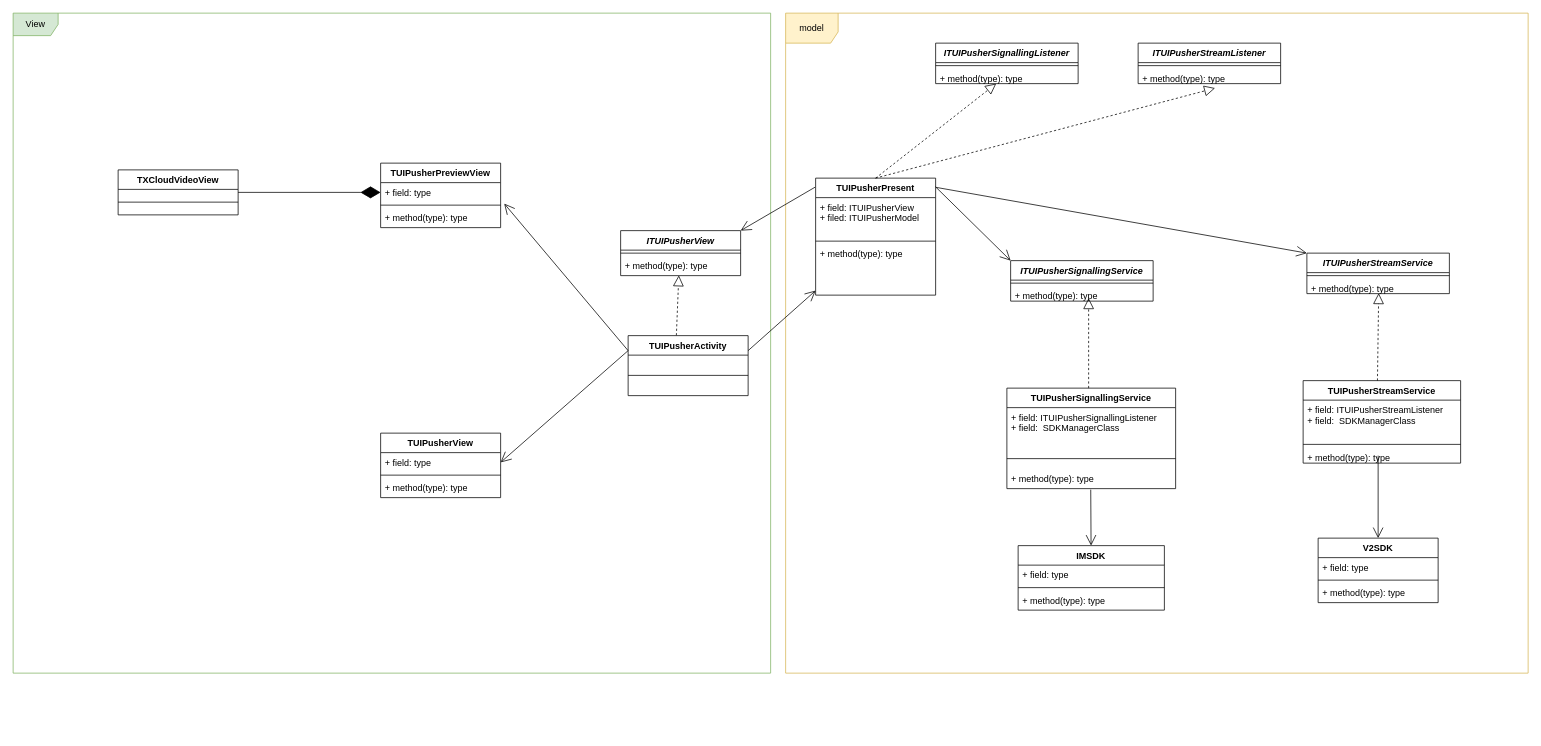
paopaosecret/resources keeps this draw.io diagram as diagrams/TUIPusher.drawio. Above is the earlier version. Source tidied: cells renumbered, new cells numbered last; positions are measured from the earlier drawing's top-left corner, leaving out a move shared by most shapes. Both pictures are drawn from the tidied source at 75%, with x=0, y=0 at pixel (13, 13).
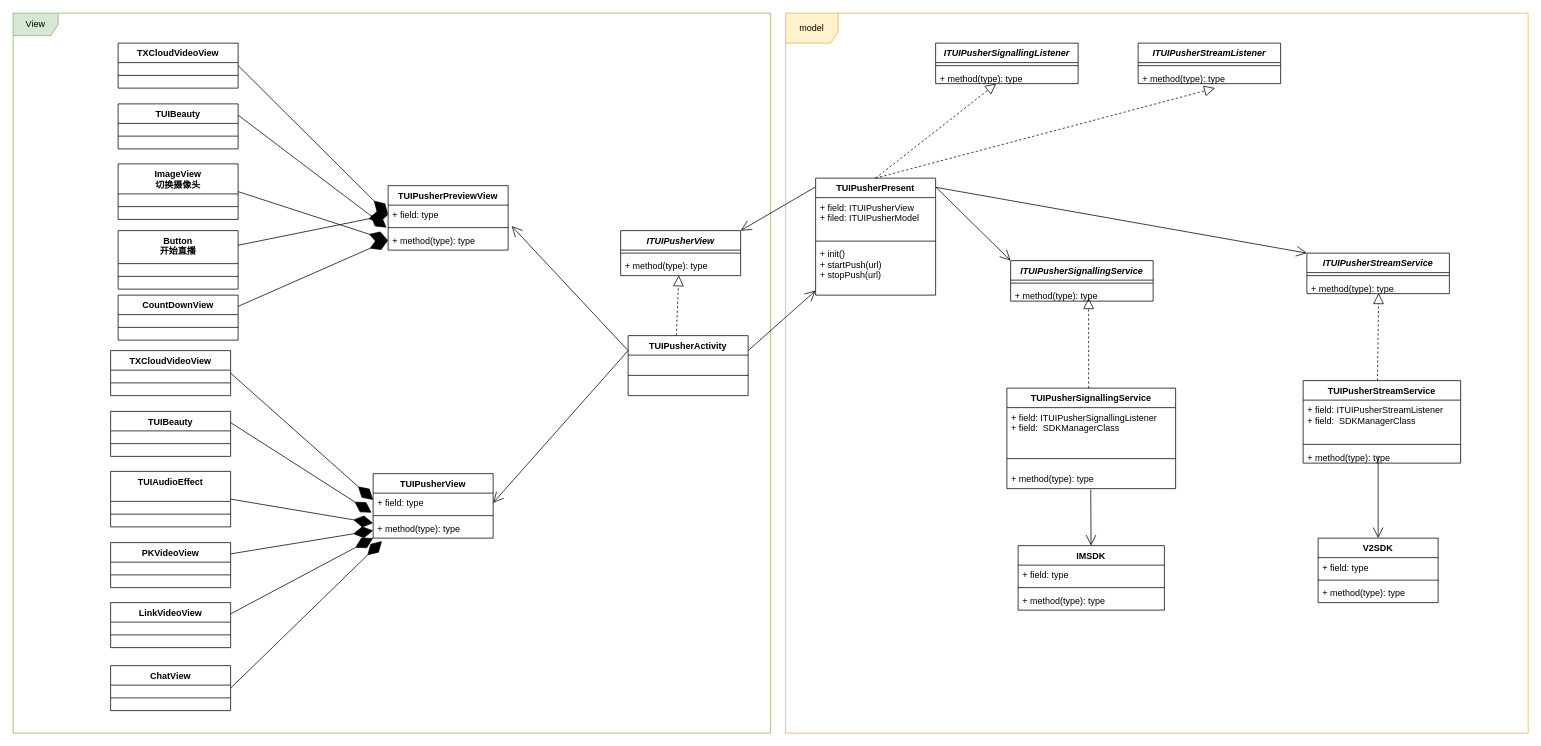
The same page after the edit.

The change refers to these unchanged cells:
```xml
<mxCell id="7" value="TUIPusherPresent" style="swimlane;fontStyle=1;align=center;verticalAlign=top;horizontal=1;startSize=26;" parent="1" vertex="1">
  <mxGeometry x="1070" y="220" width="160" height="156" as="geometry" />
</mxCell>
<mxCell id="12" value="+ field: type" style="text;strokeColor=none;fillColor=none;align=left;verticalAlign=top;spacingLeft=4;spacingRight=4;overflow=hidden;points=[[0,0.5],[1,0.5]];portConstraint=eastwest;" parent="11" vertex="1">
  <mxGeometry y="26" width="160" height="26" as="geometry" />
</mxCell>
<mxCell id="14" value="+ method(type): type" style="text;strokeColor=none;fillColor=none;align=left;verticalAlign=top;spacingLeft=4;spacingRight=4;overflow=hidden;points=[[0,0.5],[1,0.5]];portConstraint=eastwest;" parent="11" vertex="1">
  <mxGeometry y="60" width="160" height="26" as="geometry" />
</mxCell>
<mxCell id="59" value="+ method(type): type" style="text;strokeColor=none;fillColor=none;align=left;verticalAlign=top;spacingLeft=4;spacingRight=4;overflow=hidden;points=[[0,0.5],[1,0.5]];portConstraint=eastwest;" parent="56" vertex="1">
  <mxGeometry y="60" width="160" height="26" as="geometry" />
</mxCell>
```

Diff of the diagram source:
```diff
@@
     <mxCell id="2" value="View" style="shape=umlFrame;whiteSpace=wrap;html=1;strokeColor=#82b366;fillColor=#d5e8d4;" parent="1" vertex="1">
-      <mxGeometry width="1010" height="880" as="geometry" />
+      <mxGeometry width="1010" height="960" as="geometry" />
     </mxCell>
     <mxCell id="3" value="model" style="shape=umlFrame;whiteSpace=wrap;html=1;fillColor=#FFF2CC;width=70;height=40;strokeColor=#D6B656;" parent="1" vertex="1">
-      <mxGeometry x="1030" width="990" height="880" as="geometry" />
+      <mxGeometry x="1030" width="990" height="960" as="geometry" />
     </mxCell>
@@
-    <mxCell id="10" value="+ method(type): type" style="text;strokeColor=none;fillColor=none;align=left;verticalAlign=top;spacingLeft=4;spacingRight=4;overflow=hidden;" parent="7" vertex="1">
+    <mxCell id="10" value="+ init()&#10;+ startPush(url)&#10;+ stopPush(url)" style="text;strokeColor=none;fillColor=none;align=left;verticalAlign=top;spacingLeft=4;spacingRight=4;overflow=hidden;" parent="7" vertex="1">
       <mxGeometry y="88" width="160" height="68" as="geometry" />
     </mxCell>
     <mxCell id="11" value="TUIPusherPreviewView" style="swimlane;fontStyle=1;align=center;verticalAlign=top;horizontal=1;startSize=26;" parent="1" vertex="1">
-      <mxGeometry x="490" y="200" width="160" height="86" as="geometry" />
+      <mxGeometry x="500" y="230" width="160" height="86" as="geometry" />
     </mxCell>
@@
     <mxCell id="56" value="TUIPusherView" style="swimlane;fontStyle=1;align=center;verticalAlign=top;horizontal=1;startSize=26;" parent="1" vertex="1">
-      <mxGeometry x="490" y="560" width="160" height="86" as="geometry" />
+      <mxGeometry x="480" y="614" width="160" height="86" as="geometry" />
     </mxCell>
@@
     <mxCell id="62" value="TXCloudVideoView" style="swimlane;fontStyle=1;align=center;verticalAlign=top;horizontal=1;startSize=26;" parent="1" vertex="1">
-      <mxGeometry x="140" y="209" width="160" height="60" as="geometry" />
+      <mxGeometry x="140" y="40" width="160" height="60" as="geometry" />
     </mxCell>
@@
+    <mxCell id="65" value="TUIBeauty" style="swimlane;fontStyle=1;align=center;verticalAlign=top;horizontal=1;startSize=26;" parent="1" vertex="1">
+      <mxGeometry x="140" y="121" width="160" height="60" as="geometry" />
+    </mxCell>
+    <mxCell id="66" style="line;strokeWidth=1;fillColor=none;align=left;verticalAlign=middle;spacingTop=-1;spacingLeft=3;spacingRight=3;labelPosition=right;" parent="65" vertex="1">
+      <mxGeometry y="26" width="160" height="34" as="geometry" />
+    </mxCell>
+    <mxCell id="67" style="endArrow=diamondThin;endFill=1;endSize=24;html=1;exitX=1;exitY=0.25;exitDx=0;exitDy=0;entryX=-0.013;entryY=1.154;entryDx=0;entryDy=0;entryPerimeter=0;" parent="1" edge="1" source="65" target="12">
+      <mxGeometry relative="1" as="geometry" />
+    </mxCell>
+    <mxCell id="68" value="ImageView&#10;切换摄像头" style="swimlane;fontStyle=1;align=center;verticalAlign=top;horizontal=1;startSize=40;" parent="1" vertex="1">
+      <mxGeometry x="140" y="201" width="160" height="74" as="geometry" />
+    </mxCell>
+    <mxCell id="69" style="line;strokeWidth=1;fillColor=none;align=left;verticalAlign=middle;spacingTop=-1;spacingLeft=3;spacingRight=3;labelPosition=right;" parent="68" vertex="1">
+      <mxGeometry y="40" width="160" height="34" as="geometry" />
+    </mxCell>
+    <mxCell id="70" style="endArrow=diamondThin;endFill=1;endSize=24;html=1;exitX=1;exitY=0.5;exitDx=0;exitDy=0;entryX=0;entryY=0.5;entryDx=0;entryDy=0;" parent="1" edge="1" source="68" target="14">
+      <mxGeometry relative="1" as="geometry" />
+    </mxCell>
+    <mxCell id="71" value="Button&#10;开始直播" style="swimlane;fontStyle=1;align=center;verticalAlign=top;horizontal=1;startSize=44;" parent="1" vertex="1">
+      <mxGeometry x="140" y="290" width="160" height="78" as="geometry" />
+    </mxCell>
+    <mxCell id="72" style="line;strokeWidth=1;fillColor=none;align=left;verticalAlign=middle;spacingTop=-1;spacingLeft=3;spacingRight=3;labelPosition=right;" parent="71" vertex="1">
+      <mxGeometry y="44" width="160" height="34" as="geometry" />
+    </mxCell>
+    <mxCell id="73" style="endArrow=diamondThin;endFill=1;endSize=24;html=1;exitX=1;exitY=0.25;exitDx=0;exitDy=0;entryX=0;entryY=0.5;entryDx=0;entryDy=0;" parent="1" edge="1" source="71" target="12">
+      <mxGeometry relative="1" as="geometry" />
+    </mxCell>
+    <mxCell id="74" value="CountDownView" style="swimlane;fontStyle=1;align=center;verticalAlign=top;horizontal=1;startSize=26;" parent="1" vertex="1">
+      <mxGeometry x="140" y="376" width="160" height="60" as="geometry" />
+    </mxCell>
+    <mxCell id="75" style="line;strokeWidth=1;fillColor=none;align=left;verticalAlign=middle;spacingTop=-1;spacingLeft=3;spacingRight=3;labelPosition=right;" parent="74" vertex="1">
+      <mxGeometry y="26" width="160" height="34" as="geometry" />
+    </mxCell>
+    <mxCell id="76" style="endArrow=diamondThin;endFill=1;endSize=24;html=1;exitX=1;exitY=0.25;exitDx=0;exitDy=0;entryX=0;entryY=0.5;entryDx=0;entryDy=0;" parent="1" edge="1" source="74" target="14">
+      <mxGeometry relative="1" as="geometry" />
+    </mxCell>
+    <mxCell id="77" value="TXCloudVideoView" style="swimlane;fontStyle=1;align=center;verticalAlign=top;horizontal=1;startSize=26;" parent="1" vertex="1">
+      <mxGeometry x="130" y="450" width="160" height="60" as="geometry" />
+    </mxCell>
+    <mxCell id="78" style="line;strokeWidth=1;fillColor=none;align=left;verticalAlign=middle;spacingTop=-1;spacingLeft=3;spacingRight=3;labelPosition=right;" parent="77" vertex="1">
+      <mxGeometry y="26" width="160" height="34" as="geometry" />
+    </mxCell>
+    <mxCell id="79" style="endArrow=diamondThin;endFill=1;endSize=24;html=1;entryX=0;entryY=0.5;entryDx=0;entryDy=0;exitX=1;exitY=0.5;exitDx=0;exitDy=0;" parent="1" edge="1" source="77">
+      <mxGeometry relative="1" as="geometry">
+        <mxPoint x="480" y="649" as="targetPoint" />
+      </mxGeometry>
+    </mxCell>
+    <mxCell id="80" value="TUIBeauty" style="swimlane;fontStyle=1;align=center;verticalAlign=top;horizontal=1;startSize=26;" parent="1" vertex="1">
+      <mxGeometry x="130" y="531" width="160" height="60" as="geometry" />
+    </mxCell>
+    <mxCell id="81" style="line;strokeWidth=1;fillColor=none;align=left;verticalAlign=middle;spacingTop=-1;spacingLeft=3;spacingRight=3;labelPosition=right;" parent="80" vertex="1">
+      <mxGeometry y="26" width="160" height="34" as="geometry" />
+    </mxCell>
+    <mxCell id="82" style="endArrow=diamondThin;endFill=1;endSize=24;html=1;exitX=1;exitY=0.25;exitDx=0;exitDy=0;entryX=-0.013;entryY=1.154;entryDx=0;entryDy=0;entryPerimeter=0;" parent="1" edge="1" source="80">
+      <mxGeometry relative="1" as="geometry">
+        <mxPoint x="477.9" y="666" as="targetPoint" />
+      </mxGeometry>
+    </mxCell>
+    <mxCell id="83" value="TUIAudioEffect" style="swimlane;fontStyle=1;align=center;verticalAlign=top;horizontal=1;startSize=40;" parent="1" vertex="1">
+      <mxGeometry x="130" y="611" width="160" height="74" as="geometry" />
+    </mxCell>
+    <mxCell id="84" style="line;strokeWidth=1;fillColor=none;align=left;verticalAlign=middle;spacingTop=-1;spacingLeft=3;spacingRight=3;labelPosition=right;" parent="83" vertex="1">
+      <mxGeometry y="40" width="160" height="34" as="geometry" />
+    </mxCell>
+    <mxCell id="85" style="endArrow=diamondThin;endFill=1;endSize=24;html=1;exitX=1;exitY=0.5;exitDx=0;exitDy=0;" parent="1" edge="1" source="83">
+      <mxGeometry relative="1" as="geometry">
+        <mxPoint x="480" y="680" as="targetPoint" />
+      </mxGeometry>
+    </mxCell>
+    <mxCell id="86" value="PKVideoView&#10;" style="swimlane;fontStyle=1;align=center;verticalAlign=top;horizontal=1;startSize=26;" parent="1" vertex="1">
+      <mxGeometry x="130" y="706" width="160" height="60" as="geometry" />
+    </mxCell>
+    <mxCell id="87" style="line;strokeWidth=1;fillColor=none;align=left;verticalAlign=middle;spacingTop=-1;spacingLeft=3;spacingRight=3;labelPosition=right;" parent="86" vertex="1">
+      <mxGeometry y="26" width="160" height="34" as="geometry" />
+    </mxCell>
+    <mxCell id="88" style="endArrow=diamondThin;endFill=1;endSize=24;html=1;exitX=1;exitY=0.25;exitDx=0;exitDy=0;" parent="1" edge="1" source="86">
+      <mxGeometry relative="1" as="geometry">
+        <mxPoint x="480" y="690" as="targetPoint" />
+      </mxGeometry>
+    </mxCell>
+    <mxCell id="89" value="LinkVideoView" style="swimlane;fontStyle=1;align=center;verticalAlign=top;horizontal=1;startSize=26;" parent="1" vertex="1">
+      <mxGeometry x="130" y="786" width="160" height="60" as="geometry" />
+    </mxCell>
+    <mxCell id="90" style="line;strokeWidth=1;fillColor=none;align=left;verticalAlign=middle;spacingTop=-1;spacingLeft=3;spacingRight=3;labelPosition=right;" parent="89" vertex="1">
+      <mxGeometry y="26" width="160" height="34" as="geometry" />
+    </mxCell>
+    <mxCell id="91" style="endArrow=diamondThin;endFill=1;endSize=24;html=1;exitX=1;exitY=0.25;exitDx=0;exitDy=0;" parent="1" edge="1" source="89">
+      <mxGeometry relative="1" as="geometry">
+        <mxPoint x="480" y="700" as="targetPoint" />
+      </mxGeometry>
+    </mxCell>
+    <mxCell id="92" value="ChatView" style="swimlane;fontStyle=1;align=center;verticalAlign=top;horizontal=1;startSize=26;" parent="1" vertex="1">
+      <mxGeometry x="130" y="870" width="160" height="60" as="geometry" />
+    </mxCell>
+    <mxCell id="93" style="line;strokeWidth=1;fillColor=none;align=left;verticalAlign=middle;spacingTop=-1;spacingLeft=3;spacingRight=3;labelPosition=right;" parent="92" vertex="1">
+      <mxGeometry y="26" width="160" height="34" as="geometry" />
+    </mxCell>
+    <mxCell id="94" style="endArrow=diamondThin;endFill=1;endSize=24;html=1;exitX=1;exitY=0.5;exitDx=0;exitDy=0;entryX=0.073;entryY=1.154;entryDx=0;entryDy=0;entryPerimeter=0;" parent="1" edge="1" source="92" target="59">
+      <mxGeometry relative="1" as="geometry" />
+    </mxCell>
```
